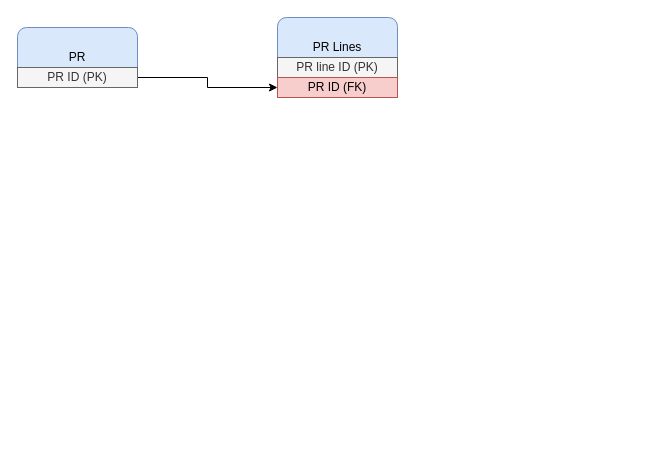
Above: page "Logical Design" (3 of 5) of scm_value_chain.drawio in Medair/drawio (draw.io), before the change. Source tidied: cells renumbered, new cells numbered last; positions are measured from the earlier drawing's top-left corner, leaving out a move shared by most shapes. Both pictures are drawn from the tidied source at 100%, with x=0, y=0 at pixel (17, 17).
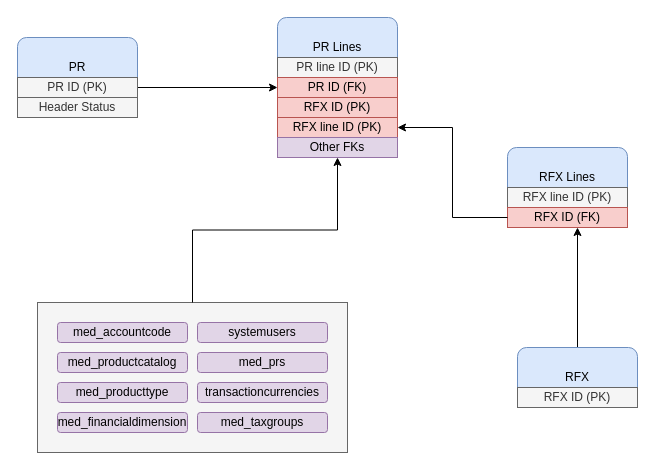
The same page after the edit.

Diff of the diagram source:
```diff
@@
-    <mxCell id="2" value="PR" style="rounded=1;whiteSpace=wrap;html=1;fillColor=#dae8fc;strokeColor=#6c8ebf;" parent="1" vertex="1">
-      <mxGeometry y="10" width="120" height="60" as="geometry" />
-    </mxCell>
@@
-    <mxCell id="4" value="PR ID (PK)" style="rounded=0;whiteSpace=wrap;html=1;fillColor=#f5f5f5;fontColor=#333333;strokeColor=#666666;" parent="1" vertex="1">
-      <mxGeometry y="50" width="120" height="20" as="geometry" />
-    </mxCell>
@@
+    <mxCell id="8" value="RFX line ID (PK)" style="rounded=0;whiteSpace=wrap;html=1;fillColor=#f8cecc;strokeColor=#b85450;" parent="1" vertex="1">
+      <mxGeometry x="260" y="100" width="120" height="20" as="geometry" />
+    </mxCell>
+    <mxCell id="9" value="RFX ID (PK)" style="rounded=0;whiteSpace=wrap;html=1;fillColor=#f8cecc;strokeColor=#b85450;" parent="1" vertex="1">
+      <mxGeometry x="260" y="80" width="120" height="20" as="geometry" />
+    </mxCell>
+    <mxCell id="10" style="group;" parent="1" vertex="1">
+      <mxGeometry x="500" y="330" width="120" height="60" as="geometry" />
+    </mxCell>
+    <mxCell id="11" style="edgeStyle=orthogonalEdgeStyle;rounded=0;jettySize=auto;html=1;" parent="10" edge="1" source="12">
+      <mxGeometry relative="1" as="geometry">
+        <mxPoint x="60" y="-120" as="targetPoint" />
+      </mxGeometry>
+    </mxCell>
+    <mxCell id="12" value="RFX" style="rounded=1;whiteSpace=wrap;html=1;fillColor=#dae8fc;strokeColor=#6c8ebf;" parent="10" vertex="1">
+      <mxGeometry width="120" height="60" as="geometry" />
+    </mxCell>
+    <mxCell id="13" value="RFX ID (PK)" style="rounded=0;whiteSpace=wrap;html=1;fillColor=#f5f5f5;fontColor=#333333;strokeColor=#666666;" parent="10" vertex="1">
+      <mxGeometry y="40" width="120" height="20" as="geometry" />
+    </mxCell>
+    <mxCell id="14" style="group;" parent="1" vertex="1">
+      <mxGeometry x="490" y="130" width="120" height="80" as="geometry" />
+    </mxCell>
+    <mxCell id="15" value="RFX Lines" style="rounded=1;whiteSpace=wrap;html=1;fillColor=#dae8fc;strokeColor=#6c8ebf;" parent="14" vertex="1">
+      <mxGeometry width="120" height="60" as="geometry" />
+    </mxCell>
+    <mxCell id="16" value="RFX line ID (PK)" style="rounded=0;whiteSpace=wrap;html=1;fillColor=#f5f5f5;fontColor=#333333;strokeColor=#666666;" parent="14" vertex="1">
+      <mxGeometry y="40" width="120" height="20" as="geometry" />
+    </mxCell>
+    <mxCell id="17" value="RFX ID (FK)" style="rounded=0;whiteSpace=wrap;html=1;fillColor=#f8cecc;strokeColor=#b85450;" parent="14" vertex="1">
+      <mxGeometry y="60" width="120" height="20" as="geometry" />
+    </mxCell>
+    <mxCell id="18" style="edgeStyle=orthogonalEdgeStyle;rounded=0;jettySize=auto;html=1;exitX=0;exitY=0.5;exitDx=0;exitDy=0;entryX=1;entryY=0.5;entryDx=0;entryDy=0;" parent="1" edge="1" source="17" target="8">
+      <mxGeometry relative="1" as="geometry" />
+    </mxCell>
+    <mxCell id="19" style="group;" parent="1" vertex="1">
+      <mxGeometry y="20" width="120" height="80" as="geometry" />
+    </mxCell>
+    <mxCell id="20" style="group;" parent="19" vertex="1">
+      <mxGeometry width="120" height="60" as="geometry" />
+    </mxCell>
+    <mxCell id="2" value="PR" style="rounded=1;whiteSpace=wrap;html=1;fillColor=#dae8fc;strokeColor=#6c8ebf;" parent="20" vertex="1">
+      <mxGeometry width="120" height="60" as="geometry" />
+    </mxCell>
+    <mxCell id="4" value="PR ID (PK)" style="rounded=0;whiteSpace=wrap;html=1;fillColor=#f5f5f5;fontColor=#333333;strokeColor=#666666;" parent="20" vertex="1">
+      <mxGeometry y="40" width="120" height="20" as="geometry" />
+    </mxCell>
+    <mxCell id="21" value="Header Status" style="rounded=0;whiteSpace=wrap;html=1;fillColor=#f5f5f5;fontColor=#333333;strokeColor=#666666;" parent="19" vertex="1">
+      <mxGeometry y="60" width="120" height="20" as="geometry" />
+    </mxCell>
+    <mxCell id="22" value="Other FKs" style="rounded=0;whiteSpace=wrap;html=1;fillColor=#e1d5e7;strokeColor=#9673a6;" parent="1" vertex="1">
+      <mxGeometry x="260" y="120" width="120" height="20" as="geometry" />
+    </mxCell>
+    <mxCell id="23" style="group;strokeColor=none;strokeWidth=2;rounded=1;perimeterSpacing=15;" parent="1" vertex="1">
+      <mxGeometry x="40" y="305" width="290" height="130" as="geometry" />
+    </mxCell>
+    <mxCell id="24" style="rounded=0;whiteSpace=wrap;html=1;fillColor=#f5f5f5;fontColor=#333333;strokeColor=#666666;" parent="23" vertex="1">
+      <mxGeometry x="-20" y="-20" width="310" height="150" as="geometry" />
+    </mxCell>
+    <mxCell id="25" value="med_productcatalog" style="rounded=1;whiteSpace=wrap;html=1;fillColor=#e1d5e7;strokeColor=#9673a6;" parent="23" vertex="1">
+      <mxGeometry y="30" width="130" height="20" as="geometry" />
+    </mxCell>
+    <mxCell id="26" value="med_producttype" style="rounded=1;whiteSpace=wrap;html=1;fillColor=#e1d5e7;strokeColor=#9673a6;" parent="23" vertex="1">
+      <mxGeometry y="60" width="130" height="20" as="geometry" />
+    </mxCell>
+    <mxCell id="27" value="med_accountcode" style="rounded=1;whiteSpace=wrap;html=1;fillColor=#e1d5e7;strokeColor=#9673a6;" parent="23" vertex="1">
+      <mxGeometry width="130" height="20" as="geometry" />
+    </mxCell>
+    <mxCell id="28" value="systemusers" style="rounded=1;whiteSpace=wrap;html=1;fillColor=#e1d5e7;strokeColor=#9673a6;" parent="23" vertex="1">
+      <mxGeometry x="140" width="130" height="20" as="geometry" />
+    </mxCell>
+    <mxCell id="29" value="transactioncurrencies" style="rounded=1;whiteSpace=wrap;html=1;fillColor=#e1d5e7;strokeColor=#9673a6;" parent="23" vertex="1">
+      <mxGeometry x="140" y="60" width="130" height="20" as="geometry" />
+    </mxCell>
+    <mxCell id="30" value="med_taxgroups" style="rounded=1;whiteSpace=wrap;html=1;fillColor=#e1d5e7;strokeColor=#9673a6;" parent="23" vertex="1">
+      <mxGeometry x="140" y="90" width="130" height="20" as="geometry" />
+    </mxCell>
+    <mxCell id="31" value="med_prs" style="rounded=1;whiteSpace=wrap;html=1;fillColor=#e1d5e7;strokeColor=#9673a6;" parent="23" vertex="1">
+      <mxGeometry x="140" y="30" width="130" height="20" as="geometry" />
+    </mxCell>
+    <mxCell id="32" value="med_financialdimension" style="rounded=1;whiteSpace=wrap;html=1;fillColor=#e1d5e7;strokeColor=#9673a6;" parent="23" vertex="1">
+      <mxGeometry y="90" width="130" height="20" as="geometry" />
+    </mxCell>
+    <mxCell id="33" style="edgeStyle=orthogonalEdgeStyle;rounded=0;jettySize=auto;html=1;entryX=0.5;entryY=1;entryDx=0;entryDy=0;" parent="1" edge="1" source="24" target="22">
+      <mxGeometry relative="1" as="geometry" />
+    </mxCell>
```
